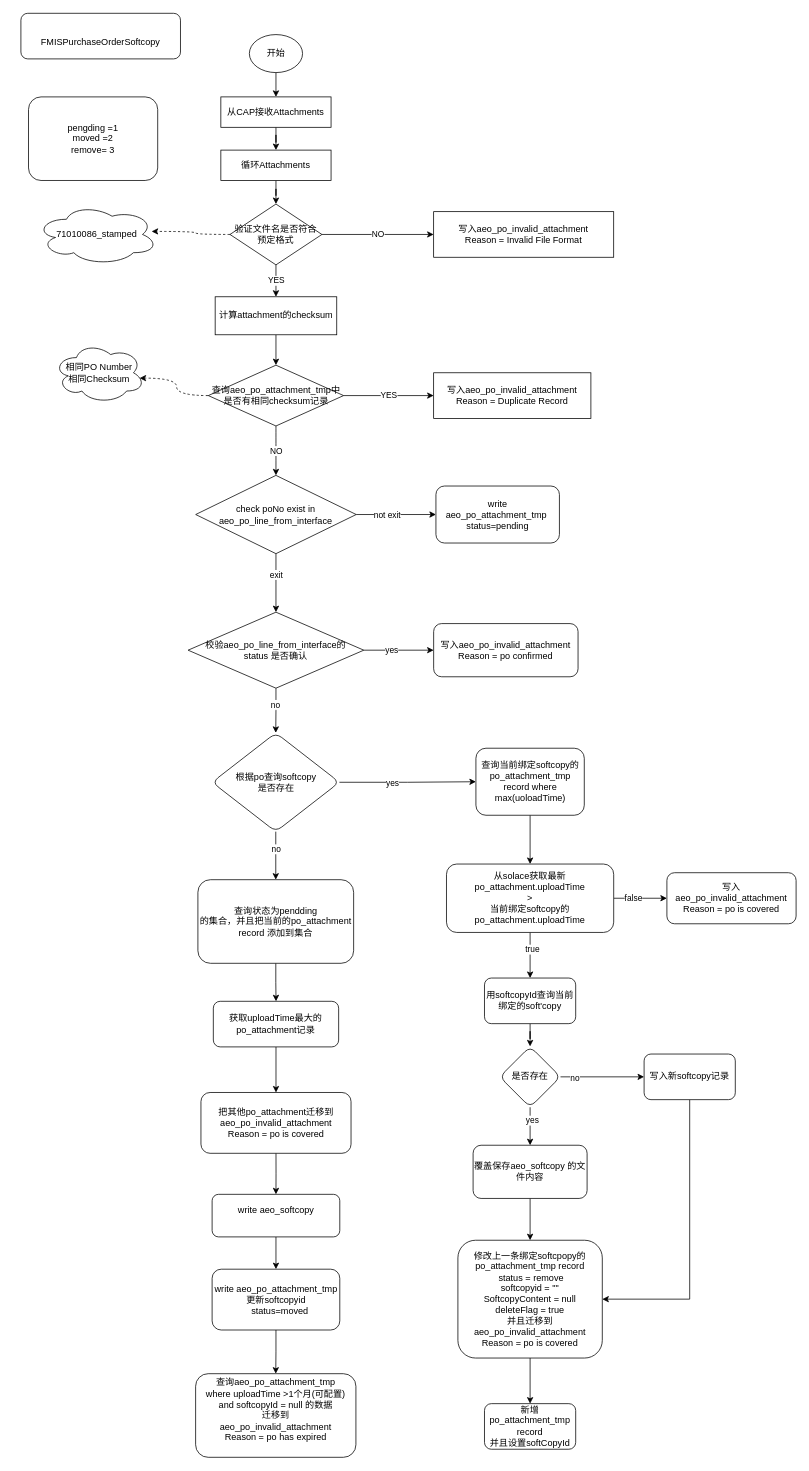
Before: po_atta.drawio in 1119132473/doc, a draw.io diagram. Source tidied: cells renumbered, new cells numbered last; positions are measured from the earlier drawing's top-left corner, leaving out a move shared by most shapes. Both pictures are drawn from the tidied source at 76%, with x=0, y=0 at pixel (21, 13).
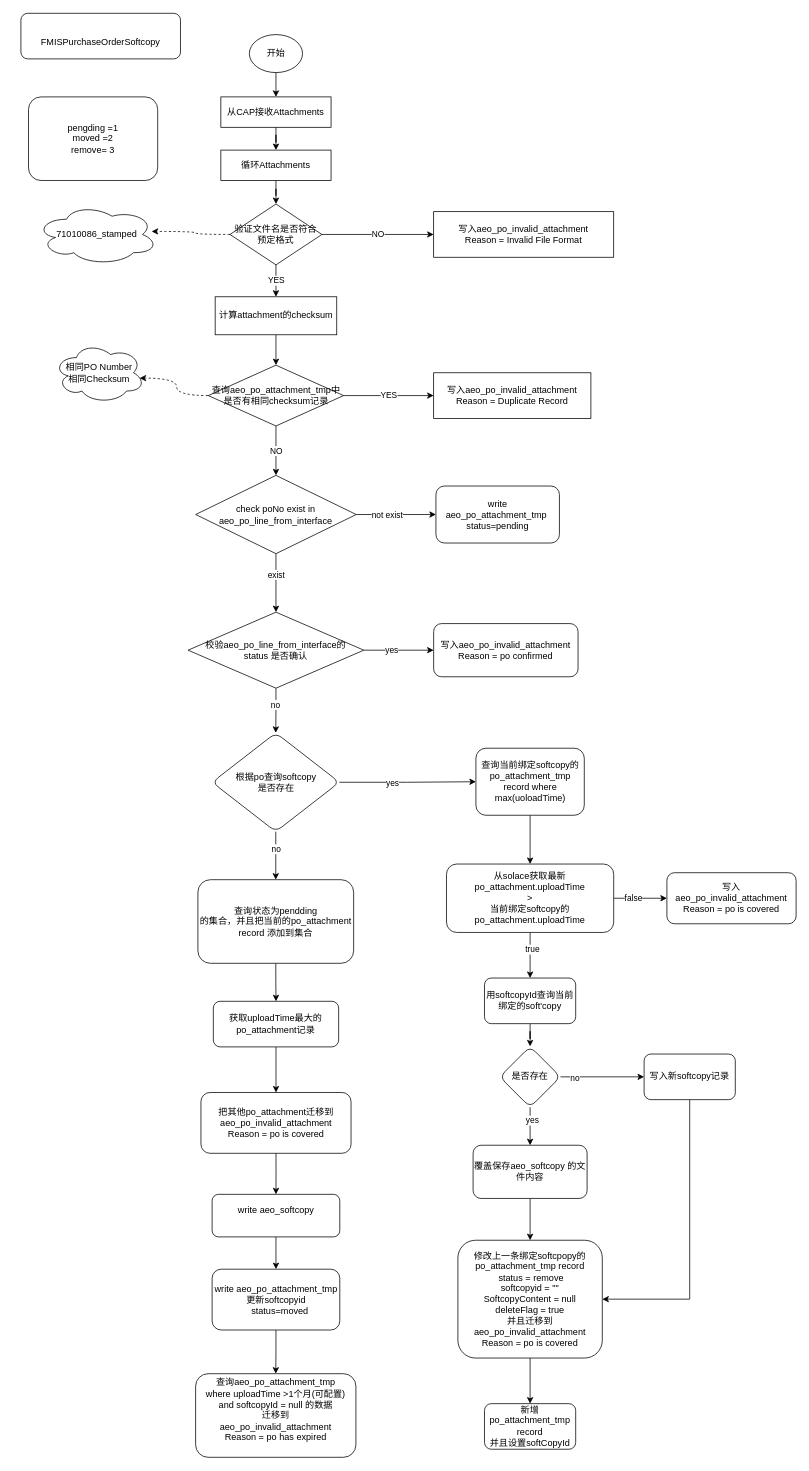
Above is the later version.

The change refers to these unchanged cells:
```xml
<mxCell id="21" style="edgeStyle=orthogonalEdgeStyle;rounded=0;jettySize=auto;html=1;exitX=1;exitY=0.5;exitDx=0;exitDy=0;entryX=0;entryY=0.5;entryDx=0;entryDy=0;" parent="1" edge="1" source="25" target="26">
  <mxGeometry relative="1" as="geometry" />
</mxCell>
<mxCell id="23" style="edgeStyle=orthogonalEdgeStyle;rounded=0;jettySize=auto;html=1;" parent="1" edge="1" source="25" target="31">
  <mxGeometry relative="1" as="geometry" />
</mxCell>
```

Change to the diagram source:
```diff
@@
-    <mxCell id="22" value="not exit" style="edgeLabel;html=1;align=center;verticalAlign=middle;" parent="21" vertex="1">
+    <mxCell id="22" value="not exist" style="edgeLabel;html=1;align=center;verticalAlign=middle;" parent="21" vertex="1">
       <mxGeometry x="-0.24" y="1" relative="1" as="geometry">
         <mxPoint y="1" as="offset" />
       </mxGeometry>
     </mxCell>
@@
-    <mxCell id="24" value="exit" style="edgeLabel;html=1;align=center;verticalAlign=middle;" parent="23" vertex="1">
+    <mxCell id="24" value="exist" style="edgeLabel;html=1;align=center;verticalAlign=middle;" parent="23" vertex="1">
       <mxGeometry x="-0.31" relative="1" as="geometry" />
     </mxCell>
```
